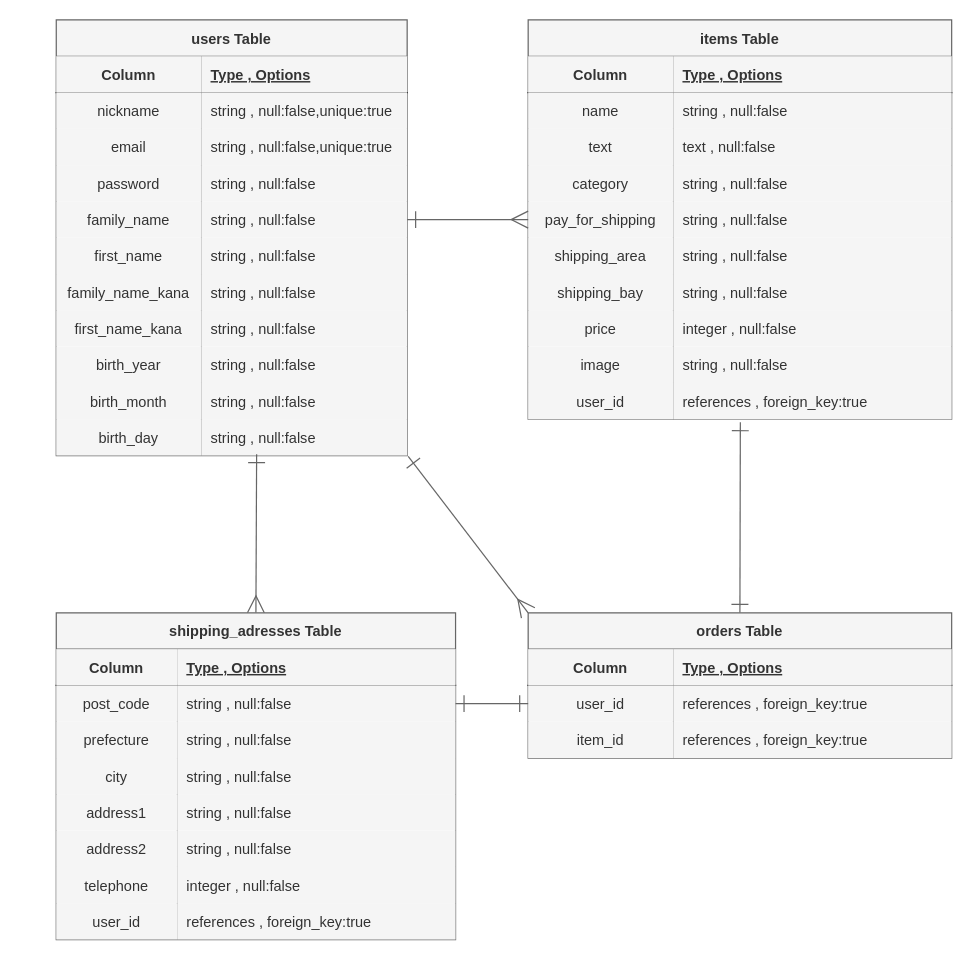
Above: er.dio in syoaka/furima-38610 (draw.io), before the change. Source tidied: cells renumbered, new cells numbered last; positions are measured from the earlier drawing's top-left corner, leaving out a move shared by most shapes. Both pictures are drawn from the tidied source at 121%, with x=0, y=0 at pixel (56, 19).
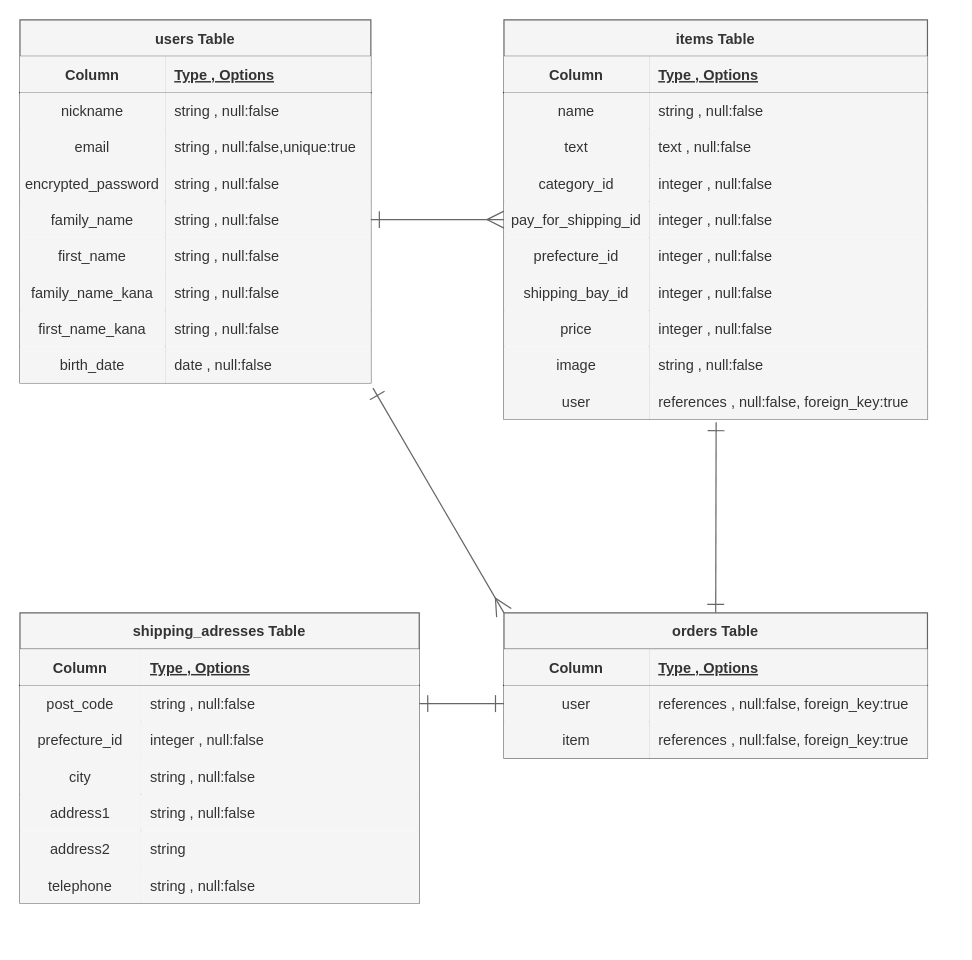
The same diagram, later.

The change refers to these unchanged cells:
```xml
<mxCell id="6" style="shape=partialRectangle;fillColor=none;top=0;left=0;bottom=0;right=0;" parent="2" vertex="1">
  <mxGeometry y="60" width="290" height="30" as="geometry" />
</mxCell>
<mxCell id="12" style="shape=partialRectangle;fillColor=none;top=0;left=0;bottom=0;right=0;" parent="2" vertex="1">
  <mxGeometry y="120" width="290" height="30" as="geometry" />
</mxCell>
<mxCell id="27" style="shape=partialRectangle;fillColor=none;top=0;left=0;bottom=0;right=0;points=[[0,0.5],[1,0.5]];portConstraint=eastwest;" parent="2" vertex="1">
  <mxGeometry y="270" width="290" height="30" as="geometry" />
</mxCell>
<mxCell id="46" style="shape=partialRectangle;fillColor=none;top=0;left=0;bottom=0;right=0;" parent="36" vertex="1">
  <mxGeometry y="120" width="350" height="30" as="geometry" />
</mxCell>
<mxCell id="49" style="shape=partialRectangle;fillColor=none;top=0;left=0;bottom=0;right=0;points=[[0,0.5],[1,0.5]];portConstraint=eastwest;" parent="36" vertex="1">
  <mxGeometry y="150" width="350" height="30" as="geometry" />
</mxCell>
<mxCell id="52" style="shape=partialRectangle;fillColor=none;top=0;left=0;bottom=0;right=0;" parent="36" vertex="1">
  <mxGeometry y="180" width="350" height="30" as="geometry" />
</mxCell>
<mxCell id="55" style="shape=partialRectangle;fillColor=none;top=0;left=0;bottom=0;right=0;" parent="36" vertex="1">
  <mxGeometry y="210" width="350" height="30" as="geometry" />
</mxCell>
<mxCell id="64" style="shape=partialRectangle;fillColor=none;top=0;left=0;bottom=0;right=0;points=[[0,0.5],[1,0.5]];portConstraint=eastwest;" parent="36" vertex="1">
  <mxGeometry y="300" width="350" height="30" as="geometry" />
</mxCell>
<mxCell id="73" style="shape=partialRectangle;fillColor=none;top=0;left=0;bottom=0;right=0;points=[[0,0.5],[1,0.5]];portConstraint=eastwest;" parent="69" vertex="1">
  <mxGeometry y="60" width="350" height="30" as="geometry" />
</mxCell>
<mxCell id="76" style="shape=partialRectangle;fillColor=none;top=0;left=0;bottom=0;right=0;" parent="69" vertex="1">
  <mxGeometry y="90" width="350" height="30" as="geometry" />
</mxCell>
<mxCell id="87" style="shape=partialRectangle;fillColor=none;top=0;left=0;bottom=0;right=0;" parent="80" vertex="1">
  <mxGeometry y="90" width="330" height="30" as="geometry" />
</mxCell>
<mxCell id="96" style="shape=partialRectangle;fillColor=none;top=0;left=0;bottom=0;right=0;" parent="80" vertex="1">
  <mxGeometry y="180" width="330" height="30" as="geometry" />
</mxCell>
<mxCell id="99" style="shape=partialRectangle;fillColor=none;top=0;left=0;bottom=0;right=0;" parent="80" vertex="1">
  <mxGeometry y="210" width="330" height="30" as="geometry" />
</mxCell>
```

Change to the diagram source:
```diff
@@
     <mxCell id="2" value="users Table" style="shape=table;startSize=30;childLayout=tableLayout;rowLines=0;fontStyle=1;align=center;fillColor=#f5f5f5;fontColor=#333333;strokeColor=#666666;" parent="1" vertex="1">
-      <mxGeometry width="290" height="360" as="geometry" />
+      <mxGeometry x="-30" width="290" height="300" as="geometry" />
     </mxCell>
@@
-    <mxCell id="8" value="string , null:false,unique:true" style="shape=partialRectangle;fillColor=#f5f5f5;top=0;left=0;bottom=0;right=0;align=left;spacingLeft=6;overflow=hidden;fontColor=#333333;strokeColor=#666666;" parent="6" vertex="1">
+    <mxCell id="8" value="string , null:false" style="shape=partialRectangle;fillColor=#f5f5f5;top=0;left=0;bottom=0;right=0;align=left;spacingLeft=6;overflow=hidden;fontColor=#333333;strokeColor=#666666;" parent="6" vertex="1">
       <mxGeometry x="120" width="170" height="30" as="geometry" />
     </mxCell>
@@
-    <mxCell id="13" value="password" style="shape=partialRectangle;fillColor=#f5f5f5;top=0;left=0;bottom=0;right=0;overflow=hidden;fontColor=#333333;strokeColor=#666666;" parent="12" vertex="1">
+    <mxCell id="13" value="encrypted_password" style="shape=partialRectangle;fillColor=#f5f5f5;top=0;left=0;bottom=0;right=0;overflow=hidden;fontColor=#333333;strokeColor=#666666;" parent="12" vertex="1">
       <mxGeometry width="120" height="30" as="geometry" />
     </mxCell>
@@
-    <mxCell id="28" value="birth_year" style="shape=partialRectangle;fillColor=#f5f5f5;top=0;left=0;bottom=0;right=0;overflow=hidden;fontColor=#333333;strokeColor=#666666;" parent="27" vertex="1">
+    <mxCell id="28" value="birth_date" style="shape=partialRectangle;fillColor=#f5f5f5;top=0;left=0;bottom=0;right=0;overflow=hidden;fontColor=#333333;strokeColor=#666666;" parent="27" vertex="1">
       <mxGeometry width="120" height="30" as="geometry" />
     </mxCell>
-    <mxCell id="29" value="string , null:false" style="shape=partialRectangle;fillColor=#f5f5f5;top=0;left=0;bottom=0;right=0;align=left;spacingLeft=6;overflow=hidden;fontColor=#333333;strokeColor=#666666;" parent="27" vertex="1">
+    <mxCell id="29" value="date , null:false" style="shape=partialRectangle;fillColor=#f5f5f5;top=0;left=0;bottom=0;right=0;align=left;spacingLeft=6;overflow=hidden;fontColor=#333333;strokeColor=#666666;" parent="27" vertex="1">
       <mxGeometry x="120" width="170" height="30" as="geometry" />
     </mxCell>
-    <mxCell id="30" style="shape=partialRectangle;fillColor=none;top=0;left=0;bottom=0;right=0;" parent="2" vertex="1">
-      <mxGeometry y="300" width="290" height="30" as="geometry" />
-    </mxCell>
-    <mxCell id="31" value="birth_month" style="shape=partialRectangle;fillColor=#f5f5f5;top=0;left=0;bottom=0;right=0;overflow=hidden;fontColor=#333333;strokeColor=#666666;" parent="30" vertex="1">
-      <mxGeometry width="120" height="30" as="geometry" />
-    </mxCell>
-    <mxCell id="32" value="string , null:false" style="shape=partialRectangle;fillColor=#f5f5f5;top=0;left=0;bottom=0;right=0;align=left;spacingLeft=6;overflow=hidden;fontColor=#333333;strokeColor=#666666;" parent="30" vertex="1">
-      <mxGeometry x="120" width="170" height="30" as="geometry" />
-    </mxCell>
-    <mxCell id="33" style="shape=partialRectangle;fillColor=none;top=0;left=0;bottom=0;right=0;points=[[0,0.5],[1,0.5]];portConstraint=eastwest;" parent="2" vertex="1">
-      <mxGeometry y="330" width="290" height="30" as="geometry" />
-    </mxCell>
-    <mxCell id="34" value="birth_day" style="shape=partialRectangle;fillColor=#f5f5f5;top=0;left=0;bottom=0;right=0;overflow=hidden;fontColor=#333333;strokeColor=#666666;" parent="33" vertex="1">
-      <mxGeometry width="120" height="30" as="geometry" />
-    </mxCell>
-    <mxCell id="35" value="string , null:false" style="shape=partialRectangle;fillColor=#f5f5f5;top=0;left=0;bottom=0;right=0;align=left;spacingLeft=6;overflow=hidden;fontColor=#333333;strokeColor=#666666;" parent="33" vertex="1">
-      <mxGeometry x="120" width="170" height="30" as="geometry" />
-    </mxCell>
     <mxCell id="36" value="items Table" style="shape=table;startSize=30;childLayout=tableLayout;rowLines=0;fontStyle=1;align=center;fillColor=#f5f5f5;fontColor=#333333;strokeColor=#666666;" parent="1" vertex="1">
-      <mxGeometry x="390" width="350" height="330" as="geometry" />
+      <mxGeometry x="370" width="350" height="330" as="geometry" />
     </mxCell>
@@
-    <mxCell id="47" value="category" style="shape=partialRectangle;fillColor=#f5f5f5;top=0;left=0;bottom=0;right=0;overflow=hidden;fontColor=#333333;strokeColor=#666666;" parent="46" vertex="1">
+    <mxCell id="47" value="category_id" style="shape=partialRectangle;fillColor=#f5f5f5;top=0;left=0;bottom=0;right=0;overflow=hidden;fontColor=#333333;strokeColor=#666666;" parent="46" vertex="1">
       <mxGeometry width="120" height="30" as="geometry" />
     </mxCell>
-    <mxCell id="48" value="string , null:false" style="shape=partialRectangle;fillColor=#f5f5f5;top=0;left=0;bottom=0;right=0;align=left;spacingLeft=6;overflow=hidden;fontColor=#333333;strokeColor=#666666;" parent="46" vertex="1">
+    <mxCell id="48" value="integer , null:false" style="shape=partialRectangle;fillColor=#f5f5f5;top=0;left=0;bottom=0;right=0;align=left;spacingLeft=6;overflow=hidden;fontColor=#333333;strokeColor=#666666;" parent="46" vertex="1">
       <mxGeometry x="120" width="230" height="30" as="geometry" />
     </mxCell>
@@
-    <mxCell id="50" value="pay_for_shipping" style="shape=partialRectangle;fillColor=#f5f5f5;top=0;left=0;bottom=0;right=0;overflow=hidden;fontColor=#333333;strokeColor=#666666;" parent="49" vertex="1">
+    <mxCell id="50" value="pay_for_shipping_id" style="shape=partialRectangle;fillColor=#f5f5f5;top=0;left=0;bottom=0;right=0;overflow=hidden;fontColor=#333333;strokeColor=#666666;" parent="49" vertex="1">
       <mxGeometry width="120" height="30" as="geometry" />
     </mxCell>
-    <mxCell id="51" value="string , null:false" style="shape=partialRectangle;fillColor=#f5f5f5;top=0;left=0;bottom=0;right=0;align=left;spacingLeft=6;overflow=hidden;fontColor=#333333;strokeColor=#666666;" parent="49" vertex="1">
+    <mxCell id="51" value="integer , null:false" style="shape=partialRectangle;fillColor=#f5f5f5;top=0;left=0;bottom=0;right=0;align=left;spacingLeft=6;overflow=hidden;fontColor=#333333;strokeColor=#666666;" parent="49" vertex="1">
       <mxGeometry x="120" width="230" height="30" as="geometry" />
     </mxCell>
@@
-    <mxCell id="53" value="shipping_area" style="shape=partialRectangle;fillColor=#f5f5f5;top=0;left=0;bottom=0;right=0;overflow=hidden;fontColor=#333333;strokeColor=#666666;" parent="52" vertex="1">
+    <mxCell id="53" value="prefecture_id" style="shape=partialRectangle;fillColor=#f5f5f5;top=0;left=0;bottom=0;right=0;overflow=hidden;fontColor=#333333;strokeColor=#666666;" parent="52" vertex="1">
       <mxGeometry width="120" height="30" as="geometry" />
     </mxCell>
-    <mxCell id="54" value="string , null:false" style="shape=partialRectangle;fillColor=#f5f5f5;top=0;left=0;bottom=0;right=0;align=left;spacingLeft=6;overflow=hidden;fontColor=#333333;strokeColor=#666666;" parent="52" vertex="1">
+    <mxCell id="54" value="integer , null:false" style="shape=partialRectangle;fillColor=#f5f5f5;top=0;left=0;bottom=0;right=0;align=left;spacingLeft=6;overflow=hidden;fontColor=#333333;strokeColor=#666666;" parent="52" vertex="1">
       <mxGeometry x="120" width="230" height="30" as="geometry" />
     </mxCell>
@@
-    <mxCell id="56" value="shipping_bay" style="shape=partialRectangle;fillColor=#f5f5f5;top=0;left=0;bottom=0;right=0;overflow=hidden;fontColor=#333333;strokeColor=#666666;" parent="55" vertex="1">
+    <mxCell id="56" value="shipping_bay_id" style="shape=partialRectangle;fillColor=#f5f5f5;top=0;left=0;bottom=0;right=0;overflow=hidden;fontColor=#333333;strokeColor=#666666;" parent="55" vertex="1">
       <mxGeometry width="120" height="30" as="geometry" />
     </mxCell>
-    <mxCell id="57" value="string , null:false" style="shape=partialRectangle;fillColor=#f5f5f5;top=0;left=0;bottom=0;right=0;align=left;spacingLeft=6;overflow=hidden;fontColor=#333333;strokeColor=#666666;" parent="55" vertex="1">
+    <mxCell id="57" value="integer , null:false" style="shape=partialRectangle;fillColor=#f5f5f5;top=0;left=0;bottom=0;right=0;align=left;spacingLeft=6;overflow=hidden;fontColor=#333333;strokeColor=#666666;" parent="55" vertex="1">
       <mxGeometry x="120" width="230" height="30" as="geometry" />
     </mxCell>
@@
-    <mxCell id="65" value="user_id" style="shape=partialRectangle;fillColor=#f5f5f5;top=0;left=0;bottom=0;right=0;overflow=hidden;fontColor=#333333;strokeColor=#666666;" parent="64" vertex="1">
+    <mxCell id="65" value="user" style="shape=partialRectangle;fillColor=#f5f5f5;top=0;left=0;bottom=0;right=0;overflow=hidden;fontColor=#333333;strokeColor=#666666;" parent="64" vertex="1">
       <mxGeometry width="120" height="30" as="geometry" />
     </mxCell>
-    <mxCell id="66" value="references , foreign_key:true" style="shape=partialRectangle;fillColor=#f5f5f5;top=0;left=0;bottom=0;right=0;align=left;spacingLeft=6;overflow=hidden;fontColor=#333333;strokeColor=#666666;" parent="64" vertex="1">
+    <mxCell id="66" value="references , null:false, foreign_key:true" style="shape=partialRectangle;fillColor=#f5f5f5;top=0;left=0;bottom=0;right=0;align=left;spacingLeft=6;overflow=hidden;fontColor=#333333;strokeColor=#666666;" parent="64" vertex="1">
       <mxGeometry x="120" width="230" height="30" as="geometry" />
     </mxCell>
-    <mxCell id="67" style="edgeStyle=none;html=1;exitX=0;exitY=0;exitDx=0;exitDy=0;entryX=1.003;entryY=1.021;entryDx=0;entryDy=0;entryPerimeter=0;startArrow=ERmany;startFill=0;endArrow=ERone;endFill=0;endSize=12;startSize=12;fillColor=#f5f5f5;strokeColor=#666666;" parent="1" edge="1" source="69" target="33">
+    <mxCell id="67" style="edgeStyle=none;html=1;exitX=0;exitY=0;exitDx=0;exitDy=0;entryX=1.006;entryY=1.142;entryDx=0;entryDy=0;entryPerimeter=0;startArrow=ERmany;startFill=0;endArrow=ERone;endFill=0;endSize=12;startSize=12;fillColor=#f5f5f5;strokeColor=#666666;" parent="1" edge="1" source="69" target="27">
       <mxGeometry relative="1" as="geometry" />
     </mxCell>
@@
     <mxCell id="69" value="orders Table" style="shape=table;startSize=30;childLayout=tableLayout;rowLines=0;fontStyle=1;align=center;fillColor=#f5f5f5;fontColor=#333333;strokeColor=#666666;" parent="1" vertex="1">
-      <mxGeometry x="390" y="490" width="350" height="120" as="geometry" />
+      <mxGeometry x="370" y="490" width="350" height="120" as="geometry" />
     </mxCell>
@@
-    <mxCell id="74" value="user_id" style="shape=partialRectangle;fillColor=#f5f5f5;top=0;left=0;bottom=0;right=0;overflow=hidden;fontColor=#333333;strokeColor=#666666;" parent="73" vertex="1">
+    <mxCell id="74" value="user" style="shape=partialRectangle;fillColor=#f5f5f5;top=0;left=0;bottom=0;right=0;overflow=hidden;fontColor=#333333;strokeColor=#666666;" parent="73" vertex="1">
       <mxGeometry width="120" height="30" as="geometry" />
     </mxCell>
-    <mxCell id="75" value="references , foreign_key:true" style="shape=partialRectangle;fillColor=#f5f5f5;top=0;left=0;bottom=0;right=0;align=left;spacingLeft=6;overflow=hidden;fontColor=#333333;strokeColor=#666666;" parent="73" vertex="1">
+    <mxCell id="75" value="references , null:false, foreign_key:true" style="shape=partialRectangle;fillColor=#f5f5f5;top=0;left=0;bottom=0;right=0;align=left;spacingLeft=6;overflow=hidden;fontColor=#333333;strokeColor=#666666;" parent="73" vertex="1">
       <mxGeometry x="120" width="230" height="30" as="geometry" />
     </mxCell>
@@
-    <mxCell id="77" value="item_id" style="shape=partialRectangle;fillColor=#f5f5f5;top=0;left=0;bottom=0;right=0;overflow=hidden;fontColor=#333333;strokeColor=#666666;" parent="76" vertex="1">
+    <mxCell id="77" value="item" style="shape=partialRectangle;fillColor=#f5f5f5;top=0;left=0;bottom=0;right=0;overflow=hidden;fontColor=#333333;strokeColor=#666666;" parent="76" vertex="1">
       <mxGeometry width="120" height="30" as="geometry" />
     </mxCell>
-    <mxCell id="78" value="references , foreign_key:true" style="shape=partialRectangle;fillColor=#f5f5f5;top=0;left=0;bottom=0;right=0;align=left;spacingLeft=6;overflow=hidden;fontColor=#333333;strokeColor=#666666;" parent="76" vertex="1">
+    <mxCell id="78" value="references , null:false, foreign_key:true" style="shape=partialRectangle;fillColor=#f5f5f5;top=0;left=0;bottom=0;right=0;align=left;spacingLeft=6;overflow=hidden;fontColor=#333333;strokeColor=#666666;" parent="76" vertex="1">
       <mxGeometry x="120" width="230" height="30" as="geometry" />
     </mxCell>
-    <mxCell id="79" style="edgeStyle=none;html=1;exitX=0.5;exitY=0;exitDx=0;exitDy=0;entryX=0.571;entryY=0.961;entryDx=0;entryDy=0;entryPerimeter=0;startArrow=ERmany;startFill=0;endArrow=ERone;endFill=0;startSize=12;endSize=12;fillColor=#f5f5f5;strokeColor=#666666;" parent="1" edge="1" source="80" target="33">
-      <mxGeometry relative="1" as="geometry" />
-    </mxCell>
     <mxCell id="80" value="shipping_adresses Table" style="shape=table;startSize=30;childLayout=tableLayout;rowLines=0;fontStyle=1;align=center;fillColor=#f5f5f5;fontColor=#333333;strokeColor=#666666;" parent="1" vertex="1">
-      <mxGeometry y="490" width="330" height="270" as="geometry" />
+      <mxGeometry x="-30" y="490" width="330" height="240" as="geometry" />
     </mxCell>
@@
-    <mxCell id="88" value="prefecture" style="shape=partialRectangle;fillColor=#f5f5f5;top=0;left=0;bottom=0;right=0;overflow=hidden;fontColor=#333333;strokeColor=#666666;" parent="87" vertex="1">
+    <mxCell id="88" value="prefecture_id" style="shape=partialRectangle;fillColor=#f5f5f5;top=0;left=0;bottom=0;right=0;overflow=hidden;fontColor=#333333;strokeColor=#666666;" parent="87" vertex="1">
       <mxGeometry width="100" height="30" as="geometry" />
     </mxCell>
-    <mxCell id="89" value="string , null:false" style="shape=partialRectangle;fillColor=#f5f5f5;top=0;left=0;bottom=0;right=0;align=left;spacingLeft=6;overflow=hidden;fontColor=#333333;strokeColor=#666666;" parent="87" vertex="1">
+    <mxCell id="89" value="integer , null:false" style="shape=partialRectangle;fillColor=#f5f5f5;top=0;left=0;bottom=0;right=0;align=left;spacingLeft=6;overflow=hidden;fontColor=#333333;strokeColor=#666666;" parent="87" vertex="1">
       <mxGeometry x="100" width="230" height="30" as="geometry" />
     </mxCell>
@@
-    <mxCell id="98" value="string , null:false" style="shape=partialRectangle;fillColor=#f5f5f5;top=0;left=0;bottom=0;right=0;align=left;spacingLeft=6;overflow=hidden;fontColor=#333333;strokeColor=#666666;" parent="96" vertex="1">
+    <mxCell id="98" value="string" style="shape=partialRectangle;fillColor=#f5f5f5;top=0;left=0;bottom=0;right=0;align=left;spacingLeft=6;overflow=hidden;fontColor=#333333;strokeColor=#666666;" parent="96" vertex="1">
       <mxGeometry x="100" width="230" height="30" as="geometry" />
     </mxCell>
@@
-    <mxCell id="101" value="integer , null:false" style="shape=partialRectangle;fillColor=#f5f5f5;top=0;left=0;bottom=0;right=0;align=left;spacingLeft=6;overflow=hidden;fontColor=#333333;strokeColor=#666666;" parent="99" vertex="1">
+    <mxCell id="101" value="string , null:false" style="shape=partialRectangle;fillColor=#f5f5f5;top=0;left=0;bottom=0;right=0;align=left;spacingLeft=6;overflow=hidden;fontColor=#333333;strokeColor=#666666;" parent="99" vertex="1">
       <mxGeometry x="100" width="230" height="30" as="geometry" />
     </mxCell>
-    <mxCell id="102" style="shape=partialRectangle;fillColor=none;top=0;left=0;bottom=0;right=0;" parent="80" vertex="1">
-      <mxGeometry y="240" width="330" height="30" as="geometry" />
-    </mxCell>
-    <mxCell id="103" value="user_id" style="shape=partialRectangle;fillColor=#f5f5f5;top=0;left=0;bottom=0;right=0;overflow=hidden;fontColor=#333333;strokeColor=#666666;" parent="102" vertex="1">
-      <mxGeometry width="100" height="30" as="geometry" />
-    </mxCell>
-    <mxCell id="104" value="references , foreign_key:true" style="shape=partialRectangle;fillColor=#f5f5f5;top=0;left=0;bottom=0;right=0;align=left;spacingLeft=6;overflow=hidden;fontColor=#333333;strokeColor=#666666;" parent="102" vertex="1">
-      <mxGeometry x="100" width="230" height="30" as="geometry" />
-    </mxCell>
```
